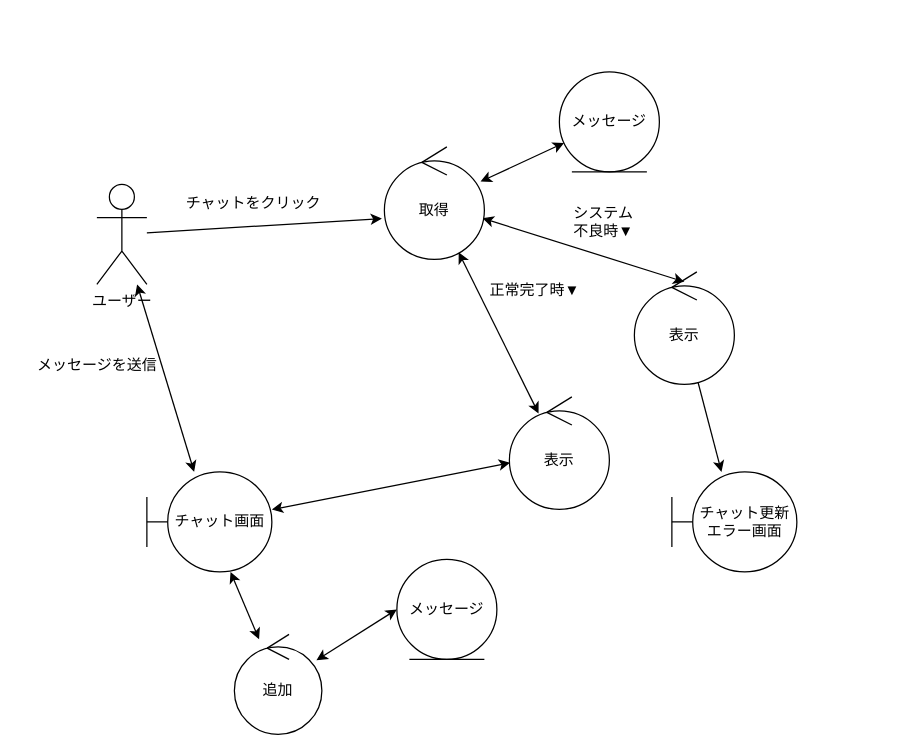
ksw2270227/GroupF keeps this draw.io diagram as page "システム管理者チャット" (7 of 8) of out/ロバストネス図/ユーザー２-ロバストネス図.drawio. Above is the earlier version. Source tidied: cells renumbered, new cells numbered last; positions are measured from the earlier drawing's top-left corner, leaving out a move shared by most shapes. Both pictures are drawn from the tidied source at 125%, with x=0, y=0 at pixel (21, 71).
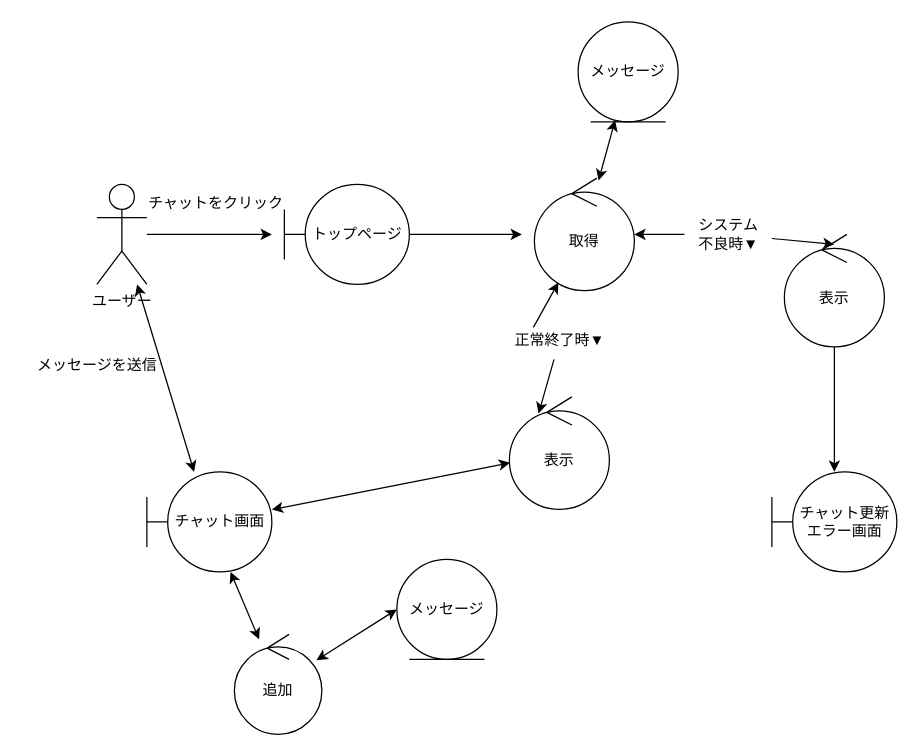
The same diagram, later.

The change refers to these unchanged cells:
```xml
<mxCell id="4" value="ユーザー" style="shape=umlActor;verticalLabelPosition=bottom;verticalAlign=top;html=1;outlineConnect=0;" parent="1" vertex="1">
  <mxGeometry x="60" y="90" width="40" height="80" as="geometry" />
</mxCell>
<mxCell id="6" value="表示" style="ellipse;shape=umlControl;whiteSpace=wrap;html=1;" parent="1" vertex="1">
  <mxGeometry x="390" y="260" width="80" height="90" as="geometry" />
</mxCell>
```

Change to the diagram source:
```diff
@@
-    <mxCell id="2" style="edgeStyle=none;html=1;entryX=-0.025;entryY=0.637;entryDx=0;entryDy=0;entryPerimeter=0;" parent="1" edge="1" source="4" target="12">
-      <mxGeometry relative="1" as="geometry" />
+    <mxCell id="2" style="edgeStyle=none;html=1;" parent="1" edge="1" source="4">
+      <mxGeometry relative="1" as="geometry">
+        <mxPoint x="200" y="130" as="targetPoint" />
+      </mxGeometry>
     </mxCell>
@@
-    <mxCell id="10" style="edgeStyle=none;html=1;entryX=0.5;entryY=0.089;entryDx=0;entryDy=0;entryPerimeter=0;startArrow=classic;startFill=1;" parent="1" edge="1" source="12" target="15">
+    <mxCell id="10" style="edgeStyle=none;html=1;entryX=0.5;entryY=0.089;entryDx=0;entryDy=0;entryPerimeter=0;startArrow=none;startFill=1;" parent="1" edge="1" source="17" target="15">
       <mxGeometry relative="1" as="geometry" />
     </mxCell>
-    <mxCell id="11" style="edgeStyle=none;html=1;startArrow=classic;startFill=1;entryX=0.292;entryY=0.148;entryDx=0;entryDy=0;entryPerimeter=0;" parent="1" edge="1" source="12" target="6">
+    <mxCell id="11" style="edgeStyle=none;html=1;startArrow=none;startFill=1;entryX=0.292;entryY=0.148;entryDx=0;entryDy=0;entryPerimeter=0;" parent="1" edge="1" source="13" target="6">
       <mxGeometry relative="1" as="geometry" />
     </mxCell>
     <mxCell id="12" value="取得" style="ellipse;shape=umlControl;whiteSpace=wrap;html=1;" parent="1" vertex="1">
-      <mxGeometry x="290" y="60" width="80" height="90" as="geometry" />
+      <mxGeometry x="410" y="85" width="80" height="90" as="geometry" />
     </mxCell>
-    <mxCell id="13" value="正常完了時▼" style="text;html=1;align=center;verticalAlign=middle;points=[];strokeColor=none;fillColor=none;" parent="1" vertex="1">
-      <mxGeometry x="360" y="160" width="100" height="30" as="geometry" />
-    </mxCell>
     <mxCell id="14" value="チャット更新&lt;br&gt;エラー画面" style="shape=umlBoundary;whiteSpace=wrap;html=1;" parent="1" vertex="1">
-      <mxGeometry x="520" y="320" width="100" height="80" as="geometry" />
+      <mxGeometry x="600" y="320" width="100" height="80" as="geometry" />
     </mxCell>
     <mxCell id="15" value="表示" style="ellipse;shape=umlControl;whiteSpace=wrap;html=1;" parent="1" vertex="1">
-      <mxGeometry x="490" y="160" width="80" height="90" as="geometry" />
+      <mxGeometry x="610" y="130" width="80" height="90" as="geometry" />
     </mxCell>
@@
-    <mxCell id="17" value="システム&lt;br&gt;不良時▼" style="text;html=1;align=center;verticalAlign=middle;points=[];strokeColor=none;fillColor=none;" parent="1" vertex="1">
-      <mxGeometry x="430" y="100" width="70" height="40" as="geometry" />
-    </mxCell>
     <mxCell id="18" value="メッセージ&lt;br&gt;" style="ellipse;shape=umlEntity;whiteSpace=wrap;html=1;" parent="1" vertex="1">
-      <mxGeometry x="430" width="80" height="80" as="geometry" />
+      <mxGeometry x="445" y="-40" width="80" height="80" as="geometry" />
     </mxCell>
-    <mxCell id="19" value="チャットをクリック" style="text;html=1;align=center;verticalAlign=middle;strokeColor=none;fillColor=none;" parent="1" vertex="1">
-      <mxGeometry x="120" y="90" width="130" height="30" as="geometry" />
+    <mxCell id="19" value="チャットをクリック" style="text;html=1;align=center;verticalAlign=middle;strokeColor=none;fillColor=none;rotation=0;" parent="1" vertex="1">
+      <mxGeometry x="90" y="90" width="130" height="30" as="geometry" />
     </mxCell>
@@
+    <mxCell id="24" style="edgeStyle=none;html=1;startArrow=classic;startFill=1;endArrow=none;" parent="1" edge="1" source="12" target="17">
+      <mxGeometry relative="1" as="geometry" />
+    </mxCell>
+    <mxCell id="17" value="システム&lt;br&gt;不良時▼" style="text;html=1;align=center;verticalAlign=middle;points=[];strokeColor=none;fillColor=none;" parent="1" vertex="1">
+      <mxGeometry x="530" y="110" width="70" height="40" as="geometry" />
+    </mxCell>
+    <mxCell id="25" style="edgeStyle=none;html=1;startArrow=classic;startFill=1;entryX=0.292;entryY=0.148;entryDx=0;entryDy=0;entryPerimeter=0;endArrow=none;" parent="1" edge="1" source="12" target="13">
+      <mxGeometry relative="1" as="geometry" />
+    </mxCell>
+    <mxCell id="13" value="正常終了時▼" style="text;html=1;align=center;verticalAlign=middle;points=[];strokeColor=none;fillColor=none;" parent="1" vertex="1">
+      <mxGeometry x="380" y="200" width="100" height="30" as="geometry" />
+    </mxCell>
+    <mxCell id="26" style="edgeStyle=none;html=1;" parent="1" edge="1" source="27">
+      <mxGeometry relative="1" as="geometry">
+        <mxPoint x="400" y="130" as="targetPoint" />
+      </mxGeometry>
+    </mxCell>
+    <mxCell id="27" value="トップページ" style="shape=umlBoundary;whiteSpace=wrap;html=1;" parent="1" vertex="1">
+      <mxGeometry x="210" y="90" width="100" height="80" as="geometry" />
+    </mxCell>
```
